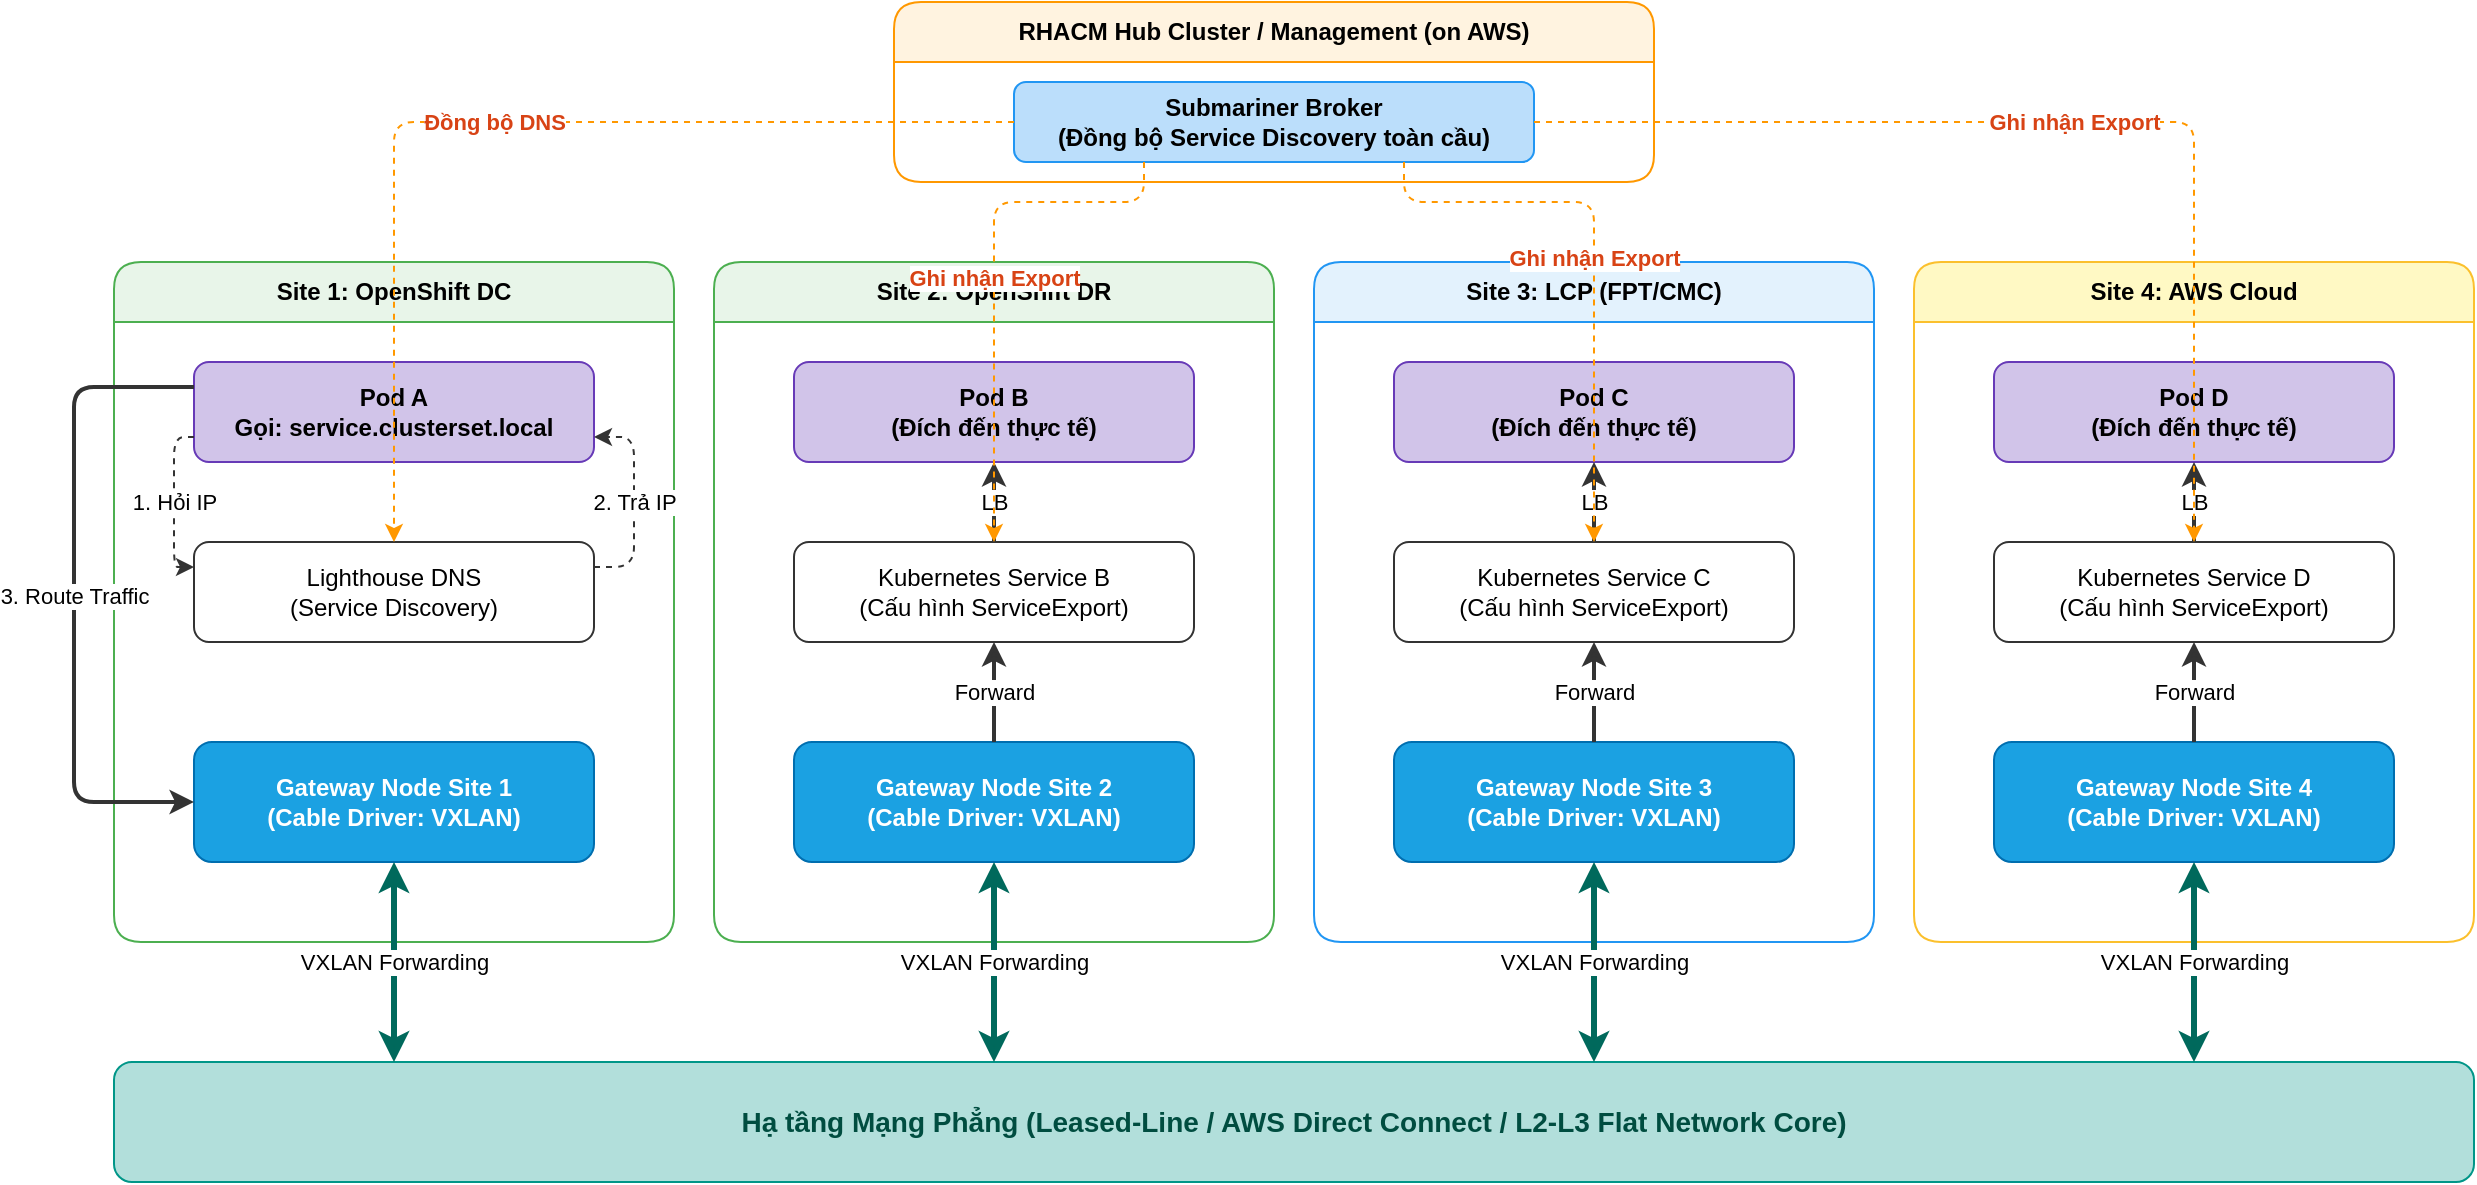
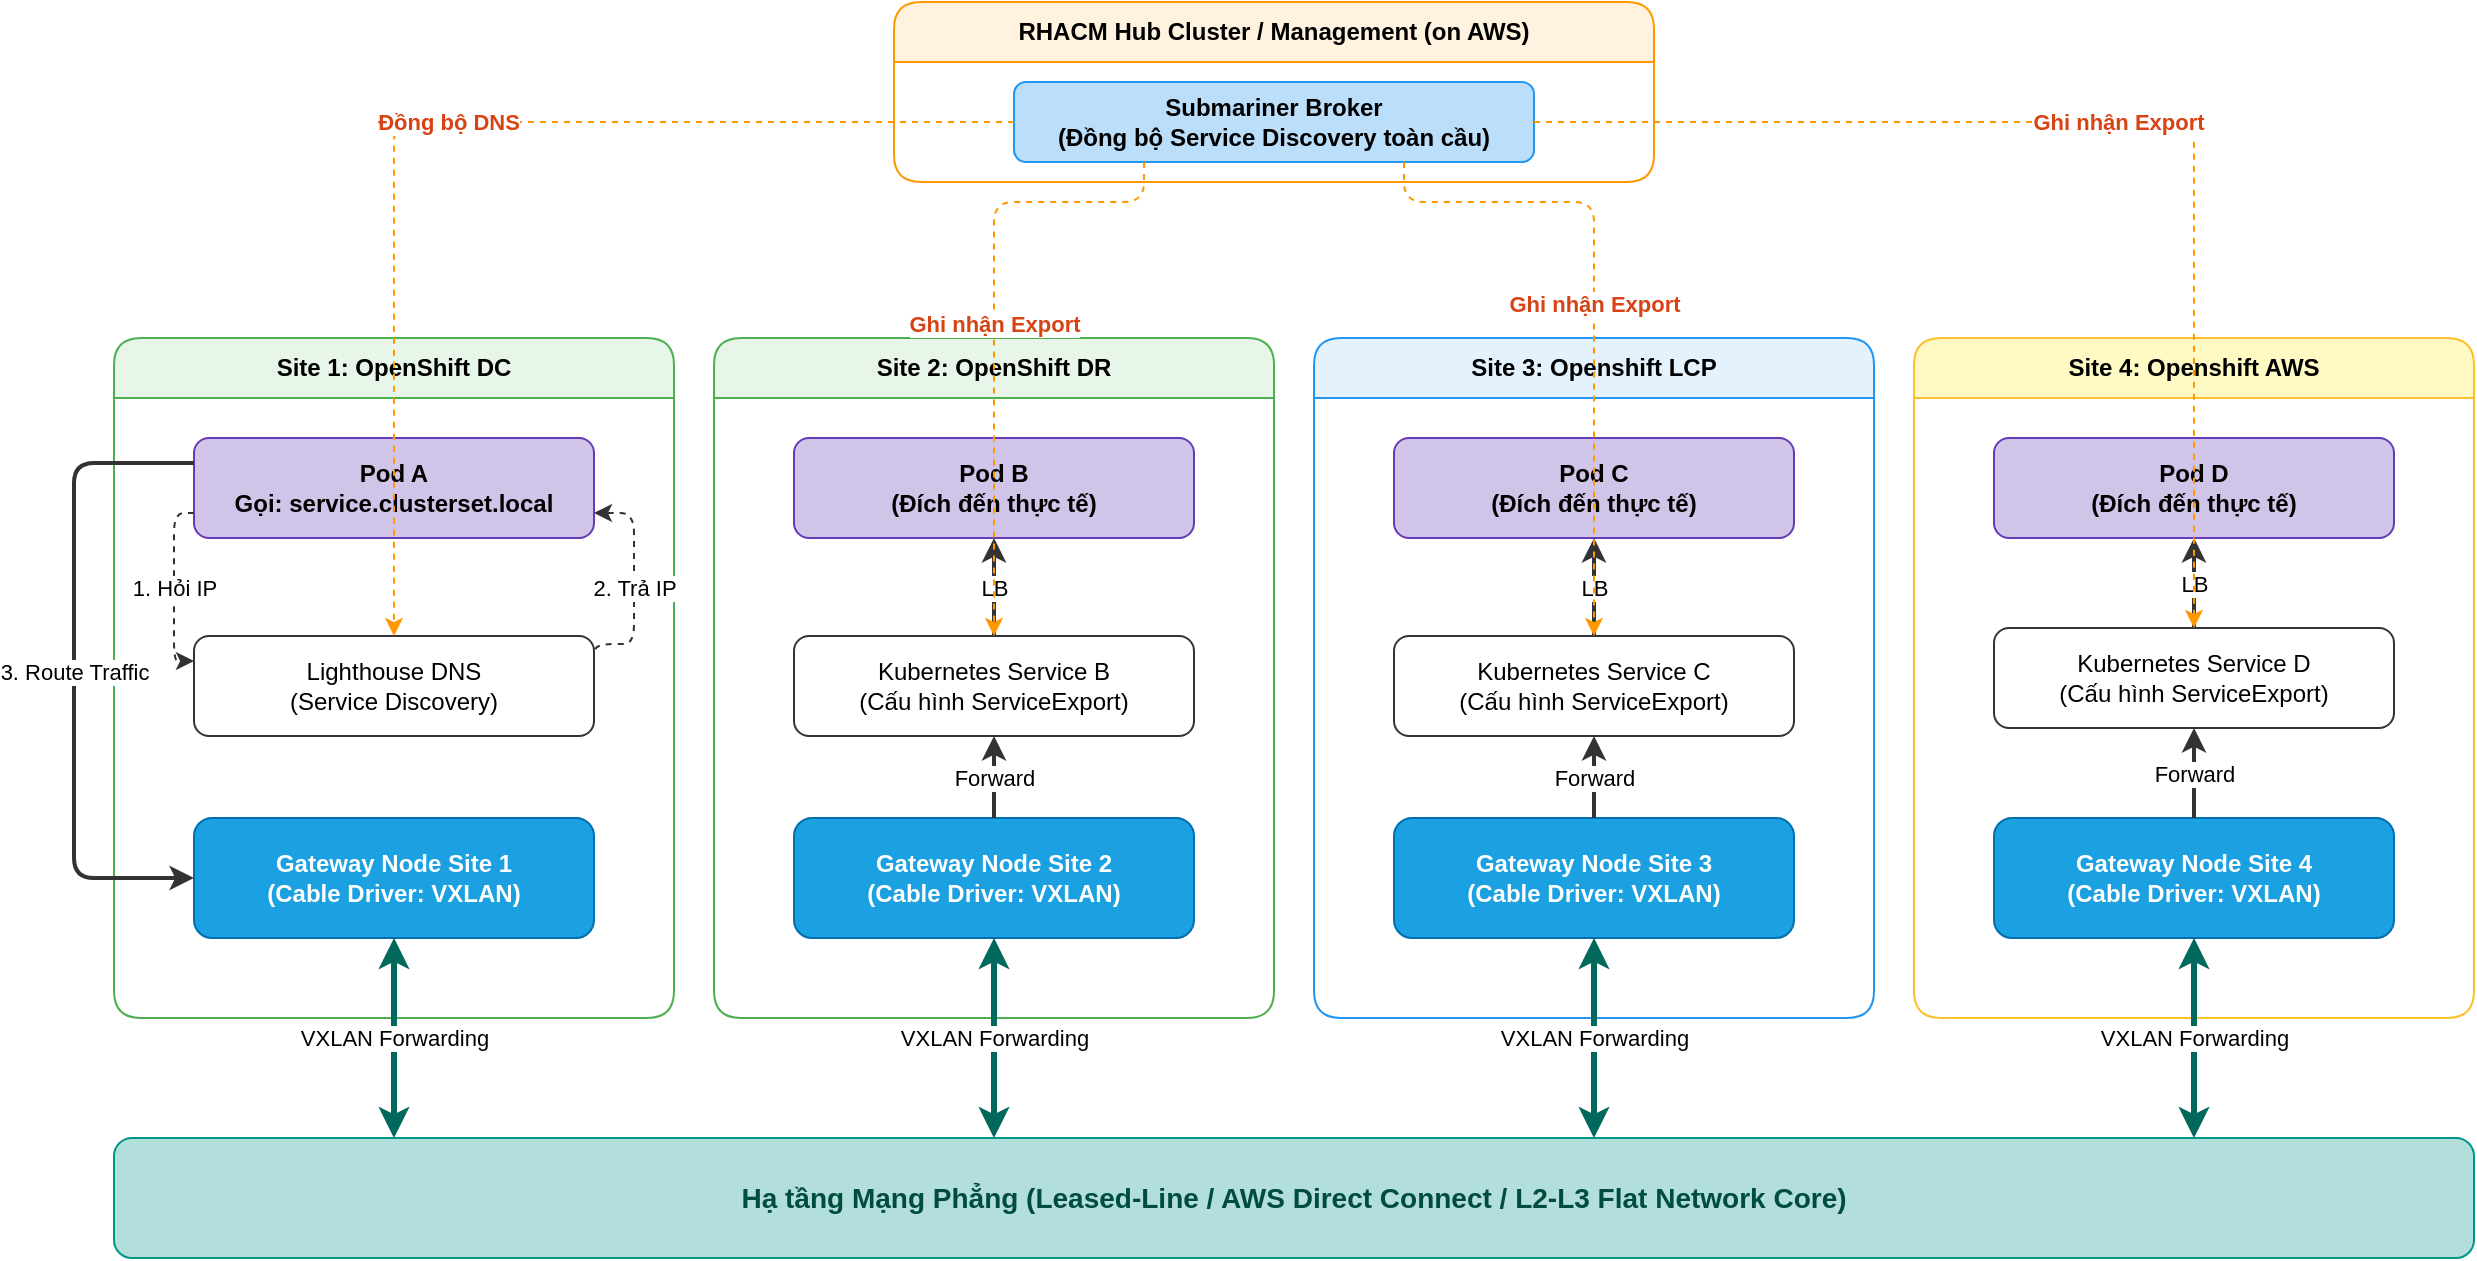
<mxfile host="65bd71144e">
    <diagram name="Submariner_4Sites_FlatNetwork" id="Submariner03">
-         <mxGraphModel dx="2451" dy="800" grid="0" gridSize="10" guides="1" tooltips="1" connect="1" arrows="1" fold="1" page="1" pageScale="1" pageWidth="1300" pageHeight="700" math="0" shadow="0">
+         <mxGraphModel dx="2884" dy="1044" grid="0" gridSize="10" guides="1" tooltips="1" connect="1" arrows="1" fold="1" page="1" pageScale="1" pageWidth="1300" pageHeight="700" math="0" shadow="0">
            <root>
                <mxCell id="0"/>
                <mxCell id="1" parent="0"/>
                <mxCell id="hub_box" value="RHACM Hub Cluster / Management (on AWS)" style="swimlane;whiteSpace=wrap;html=1;fillColor=#fff3e0;strokeColor=#ff9800;fontStyle=1;startSize=30;rounded=1;" parent="1" vertex="1">
                    <mxGeometry x="430" y="20" width="380" height="90" as="geometry"/>
                </mxCell>
                <mxCell id="broker" value="Submariner Broker&lt;br&gt;(Đồng bộ Service Discovery toàn cầu)" style="rounded=1;whiteSpace=wrap;html=1;fillColor=#bbdefb;strokeColor=#2196f3;fontStyle=1;" parent="1" vertex="1">
                    <mxGeometry x="490" y="60" width="260" height="40" as="geometry"/>
                </mxCell>
                <mxCell id="site1_box" value="Site 1: OpenShift DC" style="swimlane;whiteSpace=wrap;html=1;fillColor=#e8f5e9;strokeColor=#4caf50;fontStyle=1;startSize=30;rounded=1;" parent="1" vertex="1">
-                     <mxGeometry x="40" y="150" width="280" height="340" as="geometry"/>
+                     <mxGeometry x="40" y="188" width="280" height="340" as="geometry"/>
                </mxCell>
                <mxCell id="pod_a" value="Pod A&lt;br&gt;Gọi: service.clusterset.local" style="rounded=1;whiteSpace=wrap;html=1;fillColor=#d1c4e9;strokeColor=#673ab7;fontStyle=1;" parent="1" vertex="1">
-                     <mxGeometry x="80" y="200" width="200" height="50" as="geometry"/>
+                     <mxGeometry x="80" y="238" width="200" height="50" as="geometry"/>
                </mxCell>
                <mxCell id="lh1" value="Lighthouse DNS&lt;br&gt;(Service Discovery)" style="rounded=1;whiteSpace=wrap;html=1;fillColor=#ffffff;strokeColor=#333333;" parent="1" vertex="1">
-                     <mxGeometry x="80" y="290" width="200" height="50" as="geometry"/>
+                     <mxGeometry x="80" y="337" width="200" height="50" as="geometry"/>
                </mxCell>
                <mxCell id="gw1" value="Gateway Node Site 1&lt;br&gt;(Cable Driver: VXLAN)" style="rounded=1;whiteSpace=wrap;html=1;fillColor=#1ba1e2;strokeColor=#006EAF;fontStyle=1;fontColor=#ffffff;" parent="1" vertex="1">
-                     <mxGeometry x="80" y="390" width="200" height="60" as="geometry"/>
+                     <mxGeometry x="80" y="428" width="200" height="60" as="geometry"/>
                </mxCell>
                <mxCell id="site2_box" value="Site 2: OpenShift DR" style="swimlane;whiteSpace=wrap;html=1;fillColor=#e8f5e9;strokeColor=#4caf50;fontStyle=1;startSize=30;rounded=1;" parent="1" vertex="1">
-                     <mxGeometry x="340" y="150" width="280" height="340" as="geometry"/>
+                     <mxGeometry x="340" y="188" width="280" height="340" as="geometry"/>
+                 </mxCell>
+                 <mxCell id="svc_b" value="Kubernetes Service B&lt;br&gt;(Cấu hình ServiceExport)" style="rounded=1;whiteSpace=wrap;html=1;fillColor=#ffffff;strokeColor=#333333;" parent="site2_box" vertex="1">
+                     <mxGeometry x="40" y="149" width="200" height="50" as="geometry"/>
                </mxCell>
                <mxCell id="pod_b" value="Pod B&lt;br&gt;(Đích đến thực tế)" style="rounded=1;whiteSpace=wrap;html=1;fillColor=#d1c4e9;strokeColor=#673ab7;fontStyle=1;" parent="1" vertex="1">
-                     <mxGeometry x="380" y="200" width="200" height="50" as="geometry"/>
-                 </mxCell>
-                 <mxCell id="svc_b" value="Kubernetes Service B&lt;br&gt;(Cấu hình ServiceExport)" style="rounded=1;whiteSpace=wrap;html=1;fillColor=#ffffff;strokeColor=#333333;" parent="1" vertex="1">
-                     <mxGeometry x="380" y="290" width="200" height="50" as="geometry"/>
+                     <mxGeometry x="380" y="238" width="200" height="50" as="geometry"/>
                </mxCell>
                <mxCell id="gw2" value="Gateway Node Site 2&lt;br&gt;(Cable Driver: VXLAN)" style="rounded=1;whiteSpace=wrap;html=1;fillColor=#1ba1e2;strokeColor=#006EAF;fontStyle=1;fontColor=#ffffff;" parent="1" vertex="1">
-                     <mxGeometry x="380" y="390" width="200" height="60" as="geometry"/>
+                     <mxGeometry x="380" y="428" width="200" height="60" as="geometry"/>
                </mxCell>
-                 <mxCell id="site3_box" value="Site 3: LCP (FPT/CMC)" style="swimlane;whiteSpace=wrap;html=1;fillColor=#e3f2fd;strokeColor=#2196f3;fontStyle=1;startSize=30;rounded=1;" parent="1" vertex="1">
-                     <mxGeometry x="640" y="150" width="280" height="340" as="geometry"/>
+                 <mxCell id="site3_box" value="Site 3: Openshift LCP" style="swimlane;whiteSpace=wrap;html=1;fillColor=#e3f2fd;strokeColor=#2196f3;fontStyle=1;startSize=30;rounded=1;" parent="1" vertex="1">
+                     <mxGeometry x="640" y="188" width="280" height="340" as="geometry"/>
+                 </mxCell>
+                 <mxCell id="svc_c" value="Kubernetes Service C&lt;br&gt;(Cấu hình ServiceExport)" style="rounded=1;whiteSpace=wrap;html=1;fillColor=#ffffff;strokeColor=#333333;" parent="site3_box" vertex="1">
+                     <mxGeometry x="40" y="149" width="200" height="50" as="geometry"/>
                </mxCell>
                <mxCell id="pod_c" value="Pod C&lt;br&gt;(Đích đến thực tế)" style="rounded=1;whiteSpace=wrap;html=1;fillColor=#d1c4e9;strokeColor=#673ab7;fontStyle=1;" parent="1" vertex="1">
-                     <mxGeometry x="680" y="200" width="200" height="50" as="geometry"/>
-                 </mxCell>
-                 <mxCell id="svc_c" value="Kubernetes Service C&lt;br&gt;(Cấu hình ServiceExport)" style="rounded=1;whiteSpace=wrap;html=1;fillColor=#ffffff;strokeColor=#333333;" parent="1" vertex="1">
-                     <mxGeometry x="680" y="290" width="200" height="50" as="geometry"/>
+                     <mxGeometry x="680" y="238" width="200" height="50" as="geometry"/>
                </mxCell>
                <mxCell id="gw3" value="Gateway Node Site 3&lt;br&gt;(Cable Driver: VXLAN)" style="rounded=1;whiteSpace=wrap;html=1;fillColor=#1ba1e2;strokeColor=#006EAF;fontStyle=1;fontColor=#ffffff;" parent="1" vertex="1">
-                     <mxGeometry x="680" y="390" width="200" height="60" as="geometry"/>
+                     <mxGeometry x="680" y="428" width="200" height="60" as="geometry"/>
                </mxCell>
-                 <mxCell id="site4_box" value="Site 4: AWS Cloud" style="swimlane;whiteSpace=wrap;html=1;fillColor=#fff9c4;strokeColor=#fbc02d;fontStyle=1;startSize=30;rounded=1;" parent="1" vertex="1">
-                     <mxGeometry x="940" y="150" width="280" height="340" as="geometry"/>
+                 <mxCell id="site4_box" value="Site 4: Openshift AWS" style="swimlane;whiteSpace=wrap;html=1;fillColor=#fff9c4;strokeColor=#fbc02d;fontStyle=1;startSize=30;rounded=1;" parent="1" vertex="1">
+                     <mxGeometry x="940" y="188" width="280" height="340" as="geometry"/>
+                 </mxCell>
+                 <mxCell id="svc_d" value="Kubernetes Service D&lt;br&gt;(Cấu hình ServiceExport)" style="rounded=1;whiteSpace=wrap;html=1;fillColor=#ffffff;strokeColor=#333333;" parent="site4_box" vertex="1">
+                     <mxGeometry x="40" y="145" width="200" height="50" as="geometry"/>
                </mxCell>
                <mxCell id="pod_d" value="Pod D&lt;br&gt;(Đích đến thực tế)" style="rounded=1;whiteSpace=wrap;html=1;fillColor=#d1c4e9;strokeColor=#673ab7;fontStyle=1;" parent="1" vertex="1">
-                     <mxGeometry x="980" y="200" width="200" height="50" as="geometry"/>
-                 </mxCell>
-                 <mxCell id="svc_d" value="Kubernetes Service D&lt;br&gt;(Cấu hình ServiceExport)" style="rounded=1;whiteSpace=wrap;html=1;fillColor=#ffffff;strokeColor=#333333;" parent="1" vertex="1">
-                     <mxGeometry x="980" y="290" width="200" height="50" as="geometry"/>
+                     <mxGeometry x="980" y="238" width="200" height="50" as="geometry"/>
                </mxCell>
                <mxCell id="gw4" value="Gateway Node Site 4&lt;br&gt;(Cable Driver: VXLAN)" style="rounded=1;whiteSpace=wrap;html=1;fillColor=#1ba1e2;strokeColor=#006EAF;fontStyle=1;fontColor=#ffffff;" parent="1" vertex="1">
-                     <mxGeometry x="980" y="390" width="200" height="60" as="geometry"/>
+                     <mxGeometry x="980" y="428" width="200" height="60" as="geometry"/>
                </mxCell>
                <mxCell id="leased_line" value="Hạ tầng Mạng Phẳng (Leased-Line / AWS Direct Connect / L2-L3 Flat Network Core)" style="rounded=1;whiteSpace=wrap;html=1;fillColor=#b2dfdb;strokeColor=#009688;fontStyle=1;fontColor=#004d40;fontSize=14;" parent="1" vertex="1">
-                     <mxGeometry x="40" y="550" width="1180" height="60" as="geometry"/>
+                     <mxGeometry x="40" y="588" width="1180" height="60" as="geometry"/>
                </mxCell>
                <mxCell id="e1" value="1. Hỏi IP" style="edgeStyle=orthogonalEdgeStyle;rounded=1;html=1;dashed=1;exitX=0;exitY=0.75;entryX=0;entryY=0.25;strokeColor=#333333;" parent="1" source="pod_a" target="lh1" edge="1">
                    <mxGeometry relative="1" as="geometry"/>
                </mxCell>
                <mxCell id="e2" value="2. Trả IP" style="edgeStyle=orthogonalEdgeStyle;rounded=1;html=1;dashed=1;exitX=1;exitY=0.25;entryX=1;entryY=0.75;strokeColor=#333333;" parent="1" source="lh1" target="pod_a" edge="1">
                    <mxGeometry relative="1" as="geometry">
                        <Array as="points">
-                             <mxPoint x="300" y="303"/>
-                             <mxPoint x="300" y="238"/>
+                             <mxPoint x="300" y="341"/>
+                             <mxPoint x="300" y="276"/>
                        </Array>
                    </mxGeometry>
                </mxCell>
                <mxCell id="e3" value="3. Route Traffic" style="edgeStyle=orthogonalEdgeStyle;rounded=1;html=1;strokeWidth=2;exitX=0;exitY=0.25;entryX=0;entryY=0.5;strokeColor=#333333;" parent="1" source="pod_a" target="gw1" edge="1">
                    <mxGeometry relative="1" as="geometry">
                        <Array as="points">
-                             <mxPoint x="20" y="213"/>
-                             <mxPoint x="20" y="420"/>
+                             <mxPoint x="20" y="251"/>
+                             <mxPoint x="20" y="458"/>
                        </Array>
                    </mxGeometry>
                </mxCell>
                <mxCell id="e4" value="VXLAN Forwarding" style="edgeStyle=orthogonalEdgeStyle;rounded=1;html=1;strokeWidth=3;strokeColor=#00695c;startArrow=classic;endArrow=classic;" parent="1" source="gw1" target="leased_line" edge="1">
                    <mxGeometry relative="1" as="geometry">
                        <Array as="points">
-                             <mxPoint x="180" y="500"/>
-                             <mxPoint x="180" y="500"/>
+                             <mxPoint x="180" y="538"/>
+                             <mxPoint x="180" y="538"/>
                        </Array>
                    </mxGeometry>
                </mxCell>
                <mxCell id="e5" value="VXLAN Forwarding" style="edgeStyle=orthogonalEdgeStyle;rounded=1;html=1;strokeWidth=3;strokeColor=#00695c;startArrow=classic;endArrow=classic;" parent="1" source="gw2" target="leased_line" edge="1">
                    <mxGeometry relative="1" as="geometry">
                        <Array as="points">
-                             <mxPoint x="480" y="500"/>
-                             <mxPoint x="480" y="500"/>
+                             <mxPoint x="480" y="538"/>
+                             <mxPoint x="480" y="538"/>
                        </Array>
                    </mxGeometry>
                </mxCell>
                <mxCell id="e6" value="VXLAN Forwarding" style="edgeStyle=orthogonalEdgeStyle;rounded=1;html=1;strokeWidth=3;strokeColor=#00695c;startArrow=classic;endArrow=classic;" parent="1" source="gw3" target="leased_line" edge="1">
                    <mxGeometry relative="1" as="geometry">
                        <Array as="points">
-                             <mxPoint x="780" y="500"/>
-                             <mxPoint x="780" y="500"/>
+                             <mxPoint x="780" y="538"/>
+                             <mxPoint x="780" y="538"/>
                        </Array>
                    </mxGeometry>
                </mxCell>
                <mxCell id="e11" value="VXLAN Forwarding" style="edgeStyle=orthogonalEdgeStyle;rounded=1;html=1;strokeWidth=3;strokeColor=#00695c;startArrow=classic;endArrow=classic;" parent="1" source="gw4" target="leased_line" edge="1">
                    <mxGeometry relative="1" as="geometry">
                        <Array as="points">
-                             <mxPoint x="1080" y="500"/>
-                             <mxPoint x="1080" y="500"/>
+                             <mxPoint x="1080" y="538"/>
+                             <mxPoint x="1080" y="538"/>
                        </Array>
                    </mxGeometry>
                </mxCell>
                <mxCell id="e7" value="Forward" style="edgeStyle=orthogonalEdgeStyle;rounded=1;html=1;strokeWidth=2;strokeColor=#333333;" parent="1" source="gw2" target="svc_b" edge="1">
                    <mxGeometry relative="1" as="geometry"/>
                </mxCell>
                <mxCell id="e8" value="LB" style="edgeStyle=orthogonalEdgeStyle;rounded=1;html=1;strokeWidth=2;strokeColor=#333333;" parent="1" source="svc_b" target="pod_b" edge="1">
                    <mxGeometry relative="1" as="geometry"/>
                </mxCell>
                <mxCell id="e9" value="Forward" style="edgeStyle=orthogonalEdgeStyle;rounded=1;html=1;strokeWidth=2;strokeColor=#333333;" parent="1" source="gw3" target="svc_c" edge="1">
                    <mxGeometry relative="1" as="geometry"/>
                </mxCell>
                <mxCell id="e10" value="LB" style="edgeStyle=orthogonalEdgeStyle;rounded=1;html=1;strokeWidth=2;strokeColor=#333333;" parent="1" source="svc_c" target="pod_c" edge="1">
                    <mxGeometry relative="1" as="geometry"/>
                </mxCell>
                <mxCell id="e12" value="Forward" style="edgeStyle=orthogonalEdgeStyle;rounded=1;html=1;strokeWidth=2;strokeColor=#333333;" parent="1" source="gw4" target="svc_d" edge="1">
                    <mxGeometry relative="1" as="geometry"/>
                </mxCell>
                <mxCell id="e13" value="LB" style="edgeStyle=orthogonalEdgeStyle;rounded=1;html=1;strokeWidth=2;strokeColor=#333333;" parent="1" source="svc_d" target="pod_d" edge="1">
                    <mxGeometry relative="1" as="geometry"/>
                </mxCell>
                <mxCell id="s1" value="Đồng bộ DNS" style="edgeStyle=orthogonalEdgeStyle;rounded=1;html=1;dashed=1;strokeColor=#ff9800;fontColor=#d84315;fontStyle=1;exitX=0;exitY=0.5;entryX=0.5;entryY=0;" parent="1" source="broker" target="lh1" edge="1">
                    <mxGeometry relative="1" as="geometry">
                        <Array as="points">
                            <mxPoint x="180" y="80"/>
                        </Array>
                    </mxGeometry>
                </mxCell>
                <mxCell id="s2" value="Ghi nhận Export" style="edgeStyle=orthogonalEdgeStyle;rounded=1;html=1;dashed=1;strokeColor=#ff9800;fontColor=#d84315;fontStyle=1;exitX=0.25;exitY=1;entryX=0.5;entryY=0;" parent="1" source="broker" target="svc_b" edge="1">
                    <mxGeometry relative="1" as="geometry">
                        <Array as="points">
                            <mxPoint x="555" y="120"/>
                            <mxPoint x="480" y="120"/>
                        </Array>
                    </mxGeometry>
                </mxCell>
                <mxCell id="s3" value="Ghi nhận Export" style="edgeStyle=orthogonalEdgeStyle;rounded=1;html=1;dashed=1;strokeColor=#ff9800;fontColor=#d84315;fontStyle=1;exitX=0.75;exitY=1;entryX=0.5;entryY=0;" parent="1" source="broker" target="svc_c" edge="1">
                    <mxGeometry relative="1" as="geometry">
                        <Array as="points">
                            <mxPoint x="685" y="120"/>
                            <mxPoint x="780" y="120"/>
                        </Array>
                    </mxGeometry>
                </mxCell>
                <mxCell id="s4" value="Ghi nhận Export" style="edgeStyle=orthogonalEdgeStyle;rounded=1;html=1;dashed=1;strokeColor=#ff9800;fontColor=#d84315;fontStyle=1;exitX=1;exitY=0.5;entryX=0.5;entryY=0;" parent="1" source="broker" target="svc_d" edge="1">
                    <mxGeometry relative="1" as="geometry">
                        <Array as="points">
                            <mxPoint x="1080" y="80"/>
                        </Array>
                    </mxGeometry>
                </mxCell>
            </root>
        </mxGraphModel>
    </diagram>
</mxfile>